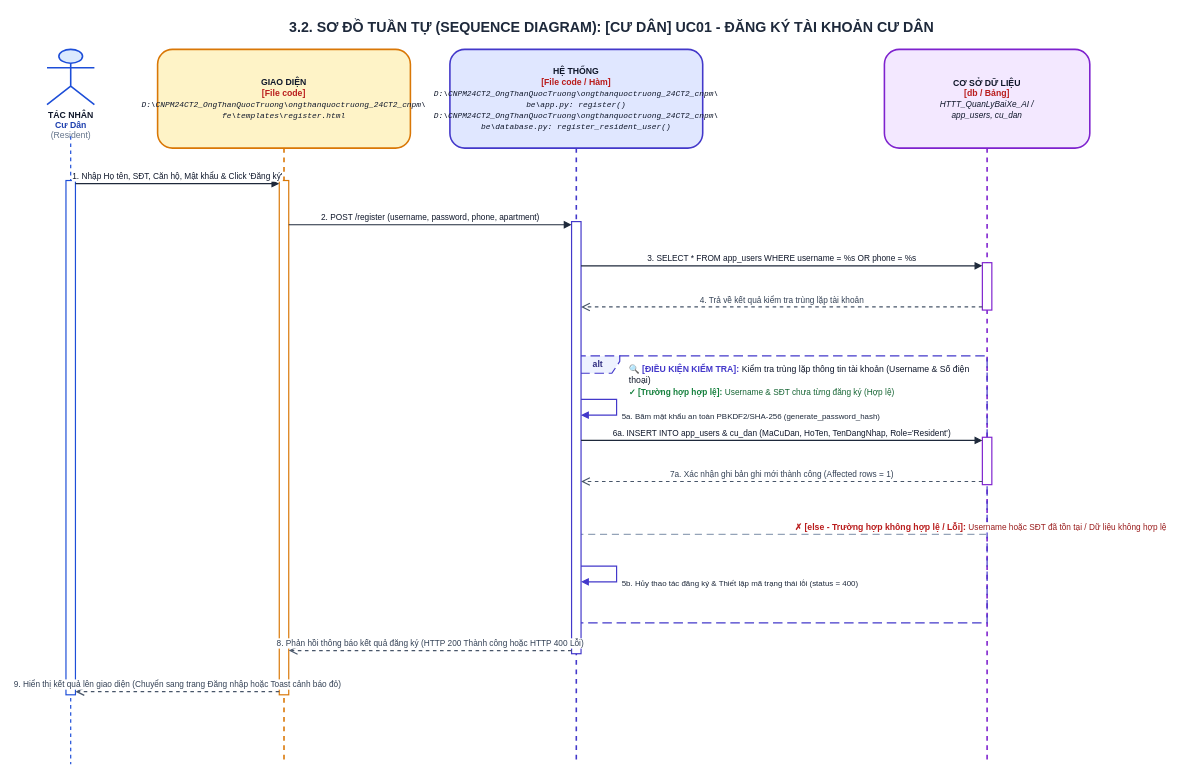
Truong027/CNPM24 keeps this draw.io diagram as ongthanquoctruong_24CT2_cnpm/docs/drawio/uc01_resident_register.drawio. Above is the earlier version. Source tidied: cells renumbered, new cells numbered last; positions are measured from the earlier drawing's top-left corner, leaving out a move shared by most shapes. Both pictures are drawn from the tidied source at 79%, with x=0, y=0 at pixel (39, 13).
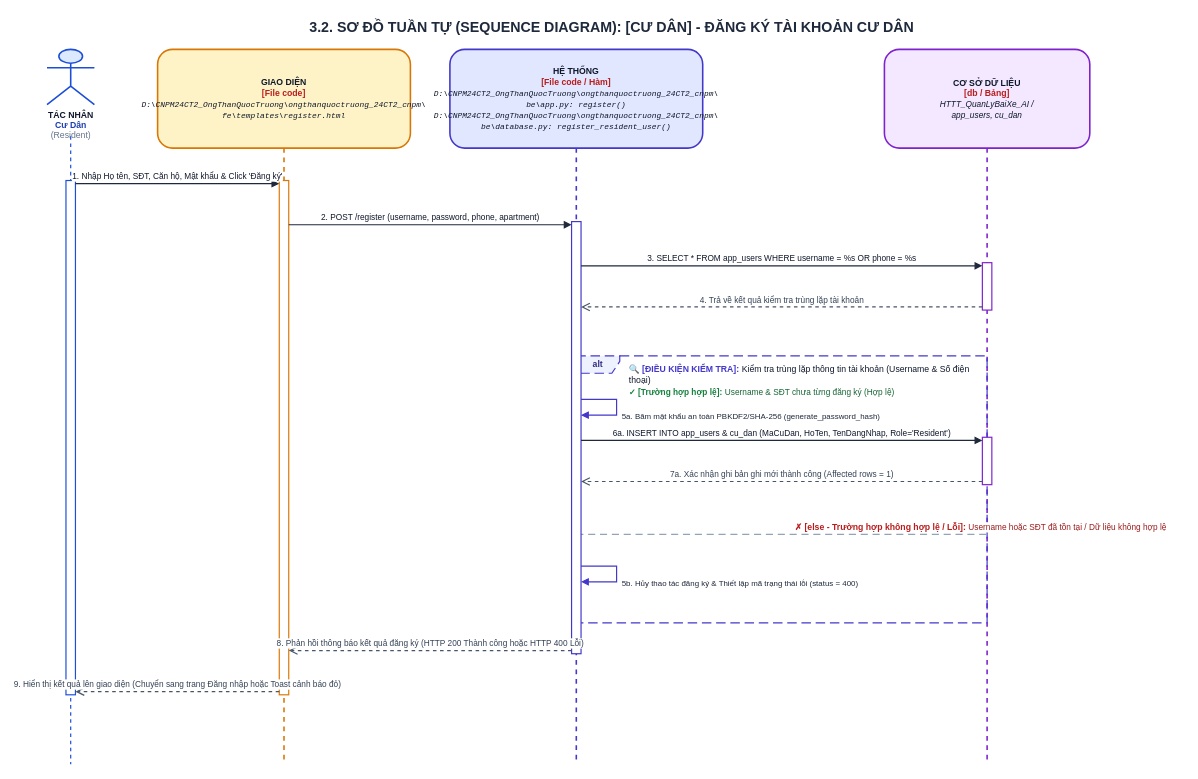
Above is the later version.

Diff of the diagram source:
```diff
@@
-    <mxCell id="2" value="&lt;b&gt;3.2. SƠ ĐỒ TUẦN TỰ (SEQUENCE DIAGRAM): [CƯ DÂN] UC01 - ĐĂNG KÝ TÀI KHOẢN CƯ DÂN&lt;/b&gt;" style="text;html=1;strokeColor=none;fillColor=none;align=center;verticalAlign=middle;whiteSpace=wrap;rounded=0;fontSize=18;fontColor=#1E293B;fontStyle=1;" parent="1" vertex="1">
+    <mxCell id="2" value="&lt;b&gt;3.2. SƠ ĐỒ TUẦN TỰ (SEQUENCE DIAGRAM): [CƯ DÂN] - ĐĂNG KÝ TÀI KHOẢN CƯ DÂN&lt;/b&gt;" style="text;html=1;strokeColor=none;fillColor=none;align=center;verticalAlign=middle;whiteSpace=wrap;rounded=0;fontSize=18;fontColor=#1E293B;fontStyle=1;" parent="1" vertex="1">
       <mxGeometry width="1450" height="35" as="geometry" />
     </mxCell>
```
